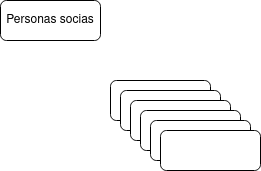
Above: Unidad-1/Tareas/Tarea-6/Ejercicio7.drawio.png in LuisMGlez/base-datos (draw.io), before the change. Source tidied: cells renumbered, new cells last; positions are measured from the earlier drawing's top-left corner, leaving out a move shared by most shapes. Its diagram source:
```xml
<mxGraphModel>
  <root>
    <mxCell id="0" />
    <mxCell id="1" parent="0" />
    <mxCell id="2" value="Personas socias" style="rounded=1;whiteSpace=wrap;html=1;" parent="1" vertex="1">
      <mxGeometry width="100" height="40" as="geometry" />
    </mxCell>
    <mxCell id="3" style="rounded=1;whiteSpace=wrap;html=1;" parent="1" vertex="1">
      <mxGeometry x="110" y="80" width="100" height="40" as="geometry" />
    </mxCell>
    <mxCell id="4" style="rounded=1;whiteSpace=wrap;html=1;" parent="1" vertex="1">
      <mxGeometry x="120" y="90" width="100" height="40" as="geometry" />
    </mxCell>
    <mxCell id="5" style="rounded=1;whiteSpace=wrap;html=1;" parent="1" vertex="1">
      <mxGeometry x="130" y="100" width="100" height="40" as="geometry" />
    </mxCell>
    <mxCell id="6" style="rounded=1;whiteSpace=wrap;html=1;" parent="1" vertex="1">
      <mxGeometry x="140" y="110" width="100" height="40" as="geometry" />
    </mxCell>
    <mxCell id="7" style="rounded=1;whiteSpace=wrap;html=1;" parent="1" vertex="1">
      <mxGeometry x="150" y="120" width="100" height="40" as="geometry" />
    </mxCell>
    <mxCell id="8" style="rounded=1;whiteSpace=wrap;html=1;" parent="1" vertex="1">
      <mxGeometry x="160" y="130" width="100" height="40" as="geometry" />
    </mxCell>
  </root>
</mxGraphModel>
```
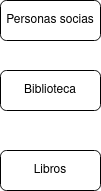
Above is the later version.

The edit, as a diff of the source:
```diff
@@ -3,25 +3,13 @@
     <mxCell id="0" />
     <mxCell id="1" parent="0" />
     <mxCell id="2" value="Personas socias" style="rounded=1;whiteSpace=wrap;html=1;" parent="1" vertex="1">
-      <mxGeometry width="100" height="40" as="geometry" />
+      <mxGeometry x="-140" y="-60" width="100" height="40" as="geometry" />
     </mxCell>
-    <mxCell id="3" style="rounded=1;whiteSpace=wrap;html=1;" parent="1" vertex="1">
-      <mxGeometry x="110" y="80" width="100" height="40" as="geometry" />
-    </mxCell>
-    <mxCell id="4" style="rounded=1;whiteSpace=wrap;html=1;" parent="1" vertex="1">
-      <mxGeometry x="120" y="90" width="100" height="40" as="geometry" />
-    </mxCell>
-    <mxCell id="5" style="rounded=1;whiteSpace=wrap;html=1;" parent="1" vertex="1">
-      <mxGeometry x="130" y="100" width="100" height="40" as="geometry" />
-    </mxCell>
-    <mxCell id="6" style="rounded=1;whiteSpace=wrap;html=1;" parent="1" vertex="1">
-      <mxGeometry x="140" y="110" width="100" height="40" as="geometry" />
-    </mxCell>
-    <mxCell id="7" style="rounded=1;whiteSpace=wrap;html=1;" parent="1" vertex="1">
-      <mxGeometry x="150" y="120" width="100" height="40" as="geometry" />
+    <mxCell id="7" value="Libros" style="rounded=1;whiteSpace=wrap;html=1;" parent="1" vertex="1">
+      <mxGeometry x="-140" y="90" width="100" height="40" as="geometry" />
     </mxCell>
-    <mxCell id="8" style="rounded=1;whiteSpace=wrap;html=1;" parent="1" vertex="1">
-      <mxGeometry x="160" y="130" width="100" height="40" as="geometry" />
+    <mxCell id="8" value="Biblioteca" style="rounded=1;whiteSpace=wrap;html=1;" parent="1" vertex="1">
+      <mxGeometry x="-140" y="10" width="100" height="40" as="geometry" />
     </mxCell>
   </root>
 </mxGraphModel>
```
